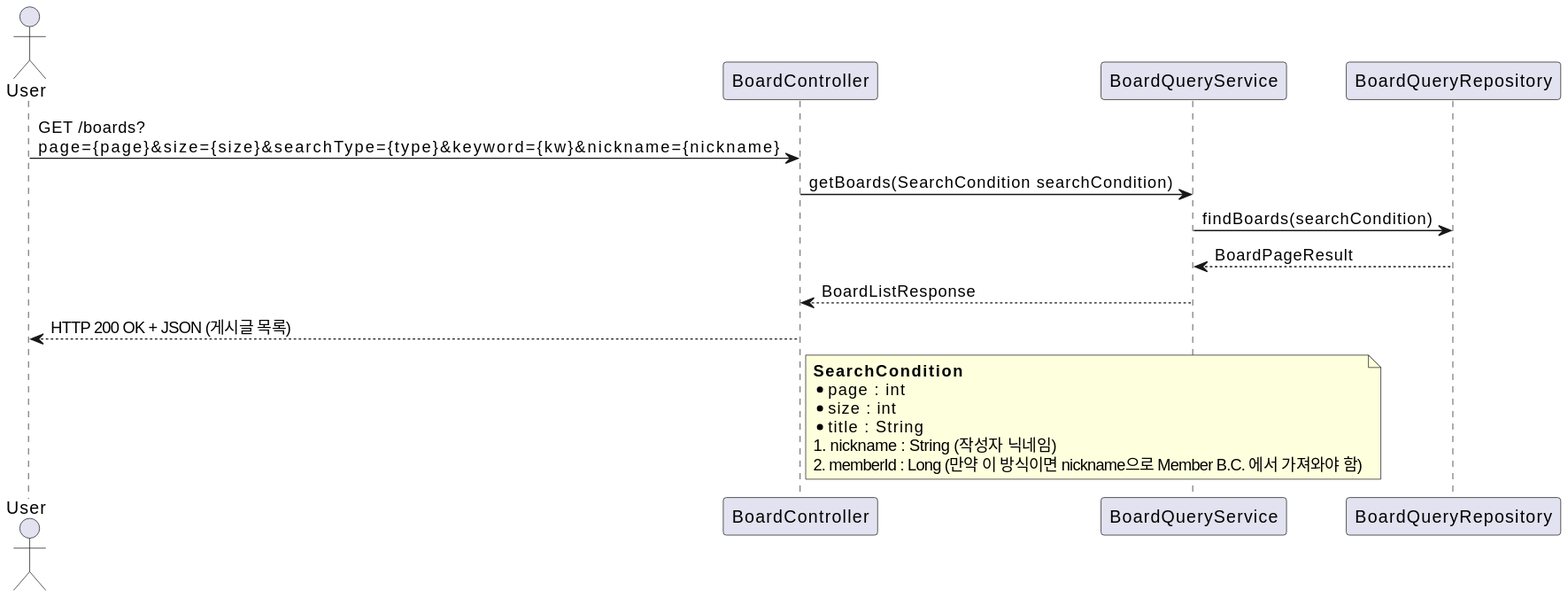
The PlantUML diagram document/puml/event/externalAPI/boardContext/boardAggregate/queryBoard.svg in SimpleBoardTeam/server-hyunchang, before a commit.
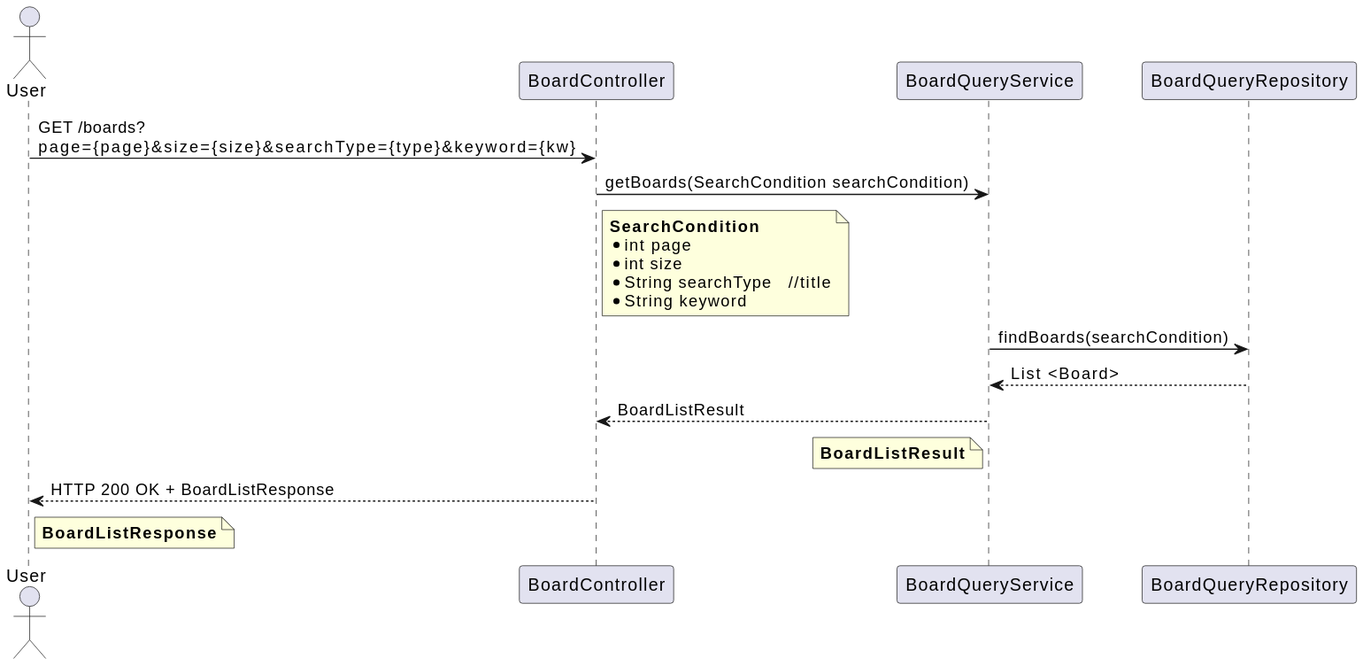
The same diagram one commit later.

Diff of the diagram source:
```diff
@@ -4,21 +4,26 @@
 participant BoardQueryService
 participant BoardQueryRepository
 
-User -> BoardController : GET /boards? \npage={page}&size={size}&searchType={type}&keyword={kw}&nickname={nickname}
+User -> BoardController : GET /boards? \npage={page}&size={size}&searchType={type}&keyword={kw}
 BoardController -> BoardQueryService : getBoards(SearchCondition searchCondition)
+note right of BoardController
+<b>SearchCondition</b>
+* int page
+* int size
+* String searchType \t//title
+* String keyword
+end note
 
 BoardQueryService -> BoardQueryRepository : findBoards(searchCondition)
-BoardQueryRepository --> BoardQueryService : BoardPageResult
+BoardQueryRepository --> BoardQueryService : List <Board>
 
-BoardQueryService --> BoardController : BoardListResponse
+BoardQueryService --> BoardController : BoardListResult
+note left of BoardQueryService
+<b>BoardListResult</b>
+end note
 
-BoardController --> User : HTTP 200 OK + JSON (게시글 목록)
-note right of BoardController
-<b>SearchCondition</b>
-* page : int
-* size : int
-* title : String
-1. nickname : String (작성자 닉네임)
-2. memberId : Long (만약 이 방식이면 nickname으로 Member B.C. 에서 가져와야 함)
+BoardController --> User : HTTP 200 OK + BoardListResponse
+note right of User
+<b>BoardListResponse</b>
 end note
 @enduml
```
